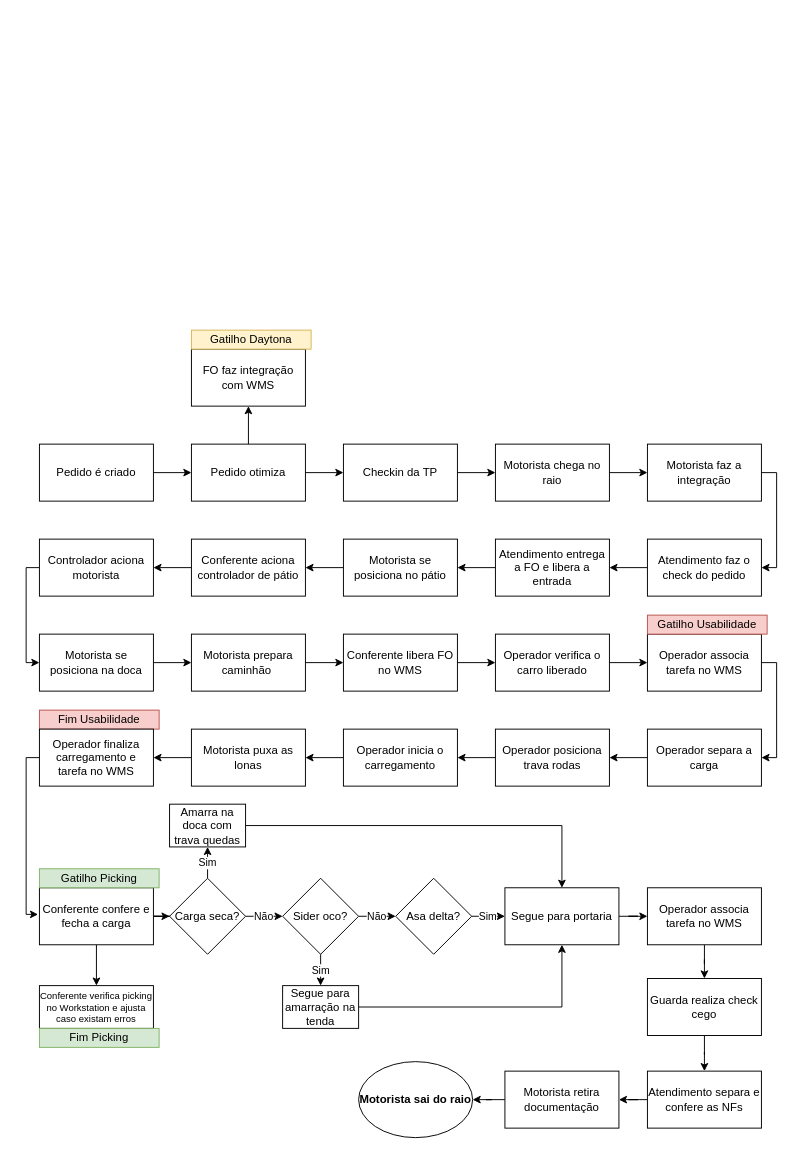
The draw.io diagram WMS - Carregamento.drawio in VictorAlvesMatias/fluxogramas, before the edit. Source tidied: cells renumbered, new cells numbered last; positions are measured from the earlier drawing's top-left corner, leaving out a move shared by most shapes. Both pictures are drawn from the tidied source at 95%, with x=0, y=0 at pixel (26, 330).
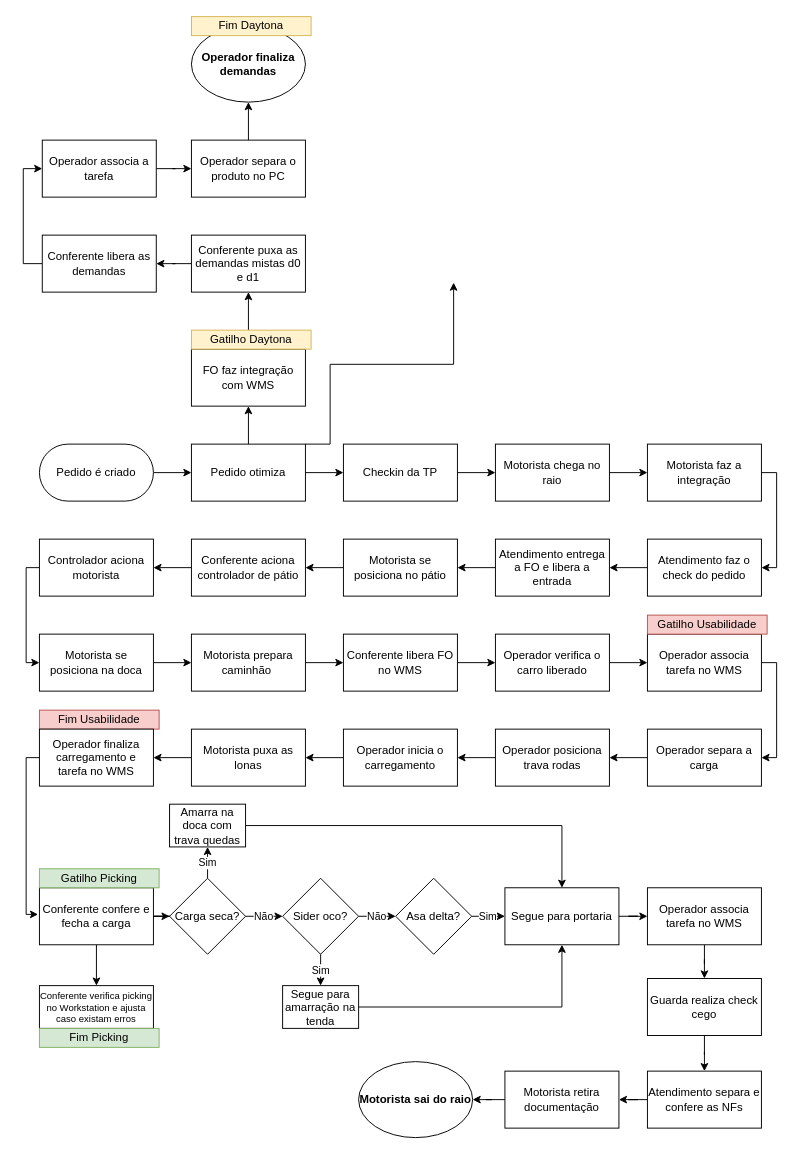
Above is the later version.

Unchanged cells that the change refers to:
```xml
<mxCell id="6" value="Pedido otimiza" style="rounded=0;whiteSpace=wrap;html=1;" parent="1" vertex="1">
  <mxGeometry x="174" y="120" width="120" height="60" as="geometry" />
</mxCell>
<mxCell id="13" value="FO faz integração com WMS" style="rounded=0;whiteSpace=wrap;html=1;" parent="1" vertex="1">
  <mxGeometry x="174" y="20" width="120" height="60" as="geometry" />
</mxCell>
```

What changed in the source:
```diff
@@
-    <mxCell id="3" value="Pedido é criado" style="rounded=0;whiteSpace=wrap;html=1;" parent="1" vertex="1">
-      <mxGeometry x="14" y="120" width="120" height="60" as="geometry" />
-    </mxCell>
@@
+    <mxCell id="76" style="edgeStyle=orthogonalEdgeStyle;rounded=0;jettySize=auto;html=1;exitX=1;exitY=0;exitDx=0;exitDy=0;" parent="1" edge="1" source="6">
+      <mxGeometry relative="1" as="geometry">
+        <mxPoint x="450" y="-50" as="targetPoint" />
+        <Array as="points">
+          <mxPoint x="320" y="120" />
+          <mxPoint x="320" y="36" />
+          <mxPoint x="450" y="36" />
+        </Array>
+      </mxGeometry>
+    </mxCell>
@@
+    <mxCell id="77" style="edgeStyle=orthogonalEdgeStyle;rounded=0;jettySize=auto;html=1;entryX=0.5;entryY=1;entryDx=0;entryDy=0;" parent="1" edge="1" source="13" target="79">
+      <mxGeometry relative="1" as="geometry" />
+    </mxCell>
@@
+    <mxCell id="78" style="edgeStyle=orthogonalEdgeStyle;rounded=0;jettySize=auto;html=1;" parent="1" edge="1" source="79" target="81">
+      <mxGeometry relative="1" as="geometry" />
+    </mxCell>
+    <mxCell id="79" value="Conferente puxa as demandas mistas d0 e d1" style="rounded=0;whiteSpace=wrap;html=1;" parent="1" vertex="1">
+      <mxGeometry x="174" y="-100" width="120" height="60" as="geometry" />
+    </mxCell>
+    <mxCell id="80" style="edgeStyle=orthogonalEdgeStyle;rounded=0;jettySize=auto;html=1;exitX=0;exitY=0.5;exitDx=0;exitDy=0;entryX=0;entryY=0.5;entryDx=0;entryDy=0;" parent="1" edge="1" source="81" target="83">
+      <mxGeometry relative="1" as="geometry" />
+    </mxCell>
+    <mxCell id="81" value="Conferente libera as demandas" style="whiteSpace=wrap;html=1;rounded=0;" parent="1" vertex="1">
+      <mxGeometry x="17" y="-100" width="120" height="60" as="geometry" />
+    </mxCell>
+    <mxCell id="82" style="edgeStyle=orthogonalEdgeStyle;rounded=0;jettySize=auto;html=1;" parent="1" edge="1" source="83" target="85">
+      <mxGeometry relative="1" as="geometry" />
+    </mxCell>
+    <mxCell id="83" value="Operador associa a tarefa" style="whiteSpace=wrap;html=1;rounded=0;" parent="1" vertex="1">
+      <mxGeometry x="17" y="-200" width="120" height="60" as="geometry" />
+    </mxCell>
+    <mxCell id="84" style="edgeStyle=orthogonalEdgeStyle;rounded=0;jettySize=auto;html=1;entryX=0.5;entryY=1;entryDx=0;entryDy=0;" parent="1" edge="1" source="85" target="86">
+      <mxGeometry relative="1" as="geometry" />
+    </mxCell>
+    <mxCell id="85" value="Operador separa o produto no PC" style="whiteSpace=wrap;html=1;rounded=0;" parent="1" vertex="1">
+      <mxGeometry x="174" y="-200" width="120" height="60" as="geometry" />
+    </mxCell>
+    <mxCell id="86" value="Operador finaliza demandas" style="ellipse;whiteSpace=wrap;html=1;fontStyle=1;" parent="1" vertex="1">
+      <mxGeometry x="174" y="-320" width="120" height="80" as="geometry" />
+    </mxCell>
+    <mxCell id="87" value="Fim Daytona" style="text;html=1;align=center;verticalAlign=middle;whiteSpace=wrap;rounded=0;fillColor=#fff2cc;strokeColor=#d6b656;" parent="1" vertex="1">
+      <mxGeometry x="174" y="-330" width="126" height="20" as="geometry" />
+    </mxCell>
+    <mxCell id="3" value="&lt;div&gt;Pedido é criado&lt;br&gt;&lt;/div&gt;" style="rounded=1;whiteSpace=wrap;html=1;arcSize=50;verticalAlign=middle;" parent="1" vertex="1">
+      <mxGeometry x="14" y="120" width="120" height="60" as="geometry" />
+    </mxCell>
```
